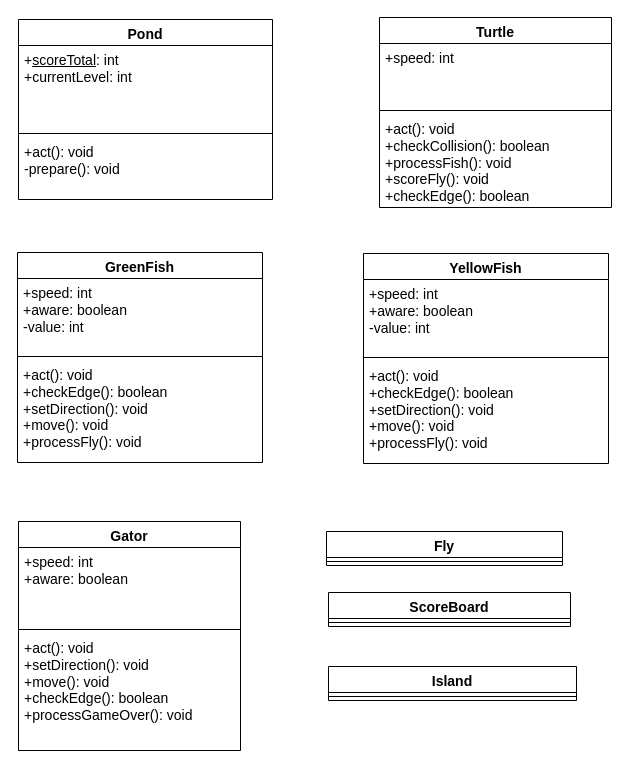
emint0472/CSC170 keeps this draw.io diagram as PondKingUML.drawio. Above is the earlier version. Source tidied: cells renumbered, new cells numbered last; positions are measured from the earlier drawing's top-left corner, leaving out a move shared by most shapes. Both pictures are drawn from the tidied source at 100%, with x=0, y=0 at pixel (17, 17).
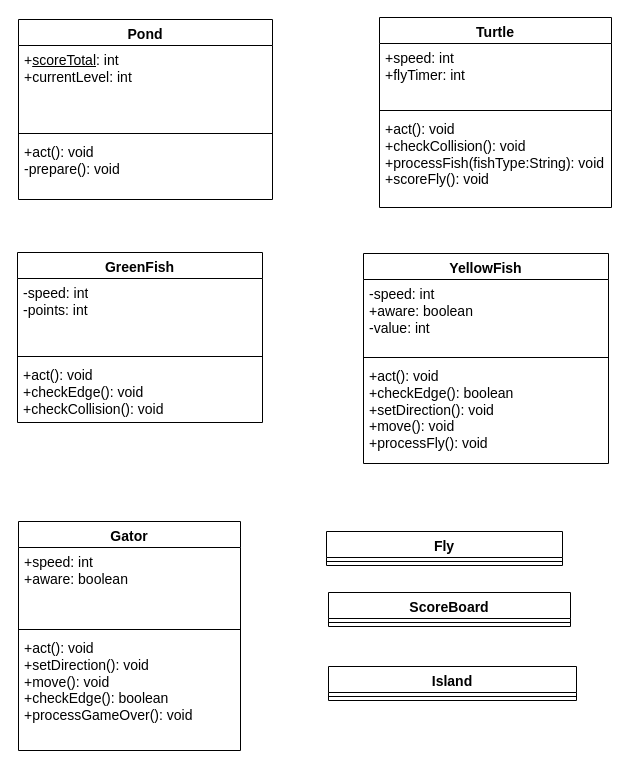
After the change.

Unchanged cells that the change refers to:
```xml
<mxCell id="6" value="Turtle" style="swimlane;fontStyle=1;align=center;verticalAlign=top;horizontal=1;startSize=26;whiteSpace=wrap;html=1;fontSize=14;" parent="1" vertex="1">
  <mxGeometry x="362" width="232" height="190" as="geometry" />
</mxCell>
<mxCell id="14" value="YellowFish" style="swimlane;fontStyle=1;align=center;verticalAlign=top;horizontal=1;startSize=26;whiteSpace=wrap;html=1;fontSize=14;" parent="1" vertex="1">
  <mxGeometry x="346" y="236" width="245" height="210" as="geometry" />
</mxCell>
```

Diff of the diagram source:
```diff
@@
-    <mxCell id="7" value="+speed: int&lt;div&gt;&lt;br&gt;&lt;div&gt;&lt;br&gt;&lt;/div&gt;&lt;/div&gt;" style="text;strokeColor=none;fillColor=none;align=left;verticalAlign=top;spacingLeft=4;spacingRight=4;overflow=hidden;whiteSpace=wrap;html=1;fontSize=14;" parent="6" vertex="1">
+    <mxCell id="7" value="+speed: int&lt;div&gt;&lt;div&gt;+flyTimer: int&lt;/div&gt;&lt;div&gt;&lt;br&gt;&lt;/div&gt;&lt;div&gt;&lt;br&gt;&lt;div&gt;&lt;br&gt;&lt;/div&gt;&lt;/div&gt;&lt;/div&gt;" style="text;strokeColor=none;fillColor=none;align=left;verticalAlign=top;spacingLeft=4;spacingRight=4;overflow=hidden;whiteSpace=wrap;html=1;fontSize=14;" parent="6" vertex="1">
       <mxGeometry y="26" width="232" height="63" as="geometry" />
     </mxCell>
@@
-    <mxCell id="9" value="+act(): void&lt;div&gt;+checkCollision(): boolean&lt;/div&gt;&lt;div&gt;+processFish(): void&lt;br&gt;&lt;div&gt;+scoreFly(): void&lt;/div&gt;&lt;div&gt;+checkEdge(): boolean&lt;/div&gt;&lt;div&gt;&amp;nbsp;&lt;/div&gt;&lt;div&gt;&lt;br&gt;&lt;/div&gt;&lt;div&gt;&lt;br&gt;&lt;/div&gt;&lt;div&gt;&lt;br&gt;&lt;/div&gt;&lt;div&gt;&lt;br&gt;&lt;/div&gt;&lt;div&gt;&lt;br&gt;&lt;/div&gt;&lt;div&gt;&lt;br&gt;&lt;div&gt;&lt;br&gt;&lt;/div&gt;&lt;/div&gt;&lt;/div&gt;" style="text;strokeColor=none;fillColor=none;align=left;verticalAlign=top;spacingLeft=4;spacingRight=4;overflow=hidden;whiteSpace=wrap;html=1;fontSize=14;" parent="6" vertex="1">
+    <mxCell id="9" value="&lt;div&gt;+act(): void&lt;div&gt;+checkCollision(): void&lt;/div&gt;&lt;div&gt;+processFish(fishType:String): void&lt;br&gt;&lt;div&gt;+scoreFly(): void&lt;/div&gt;&lt;/div&gt;&lt;/div&gt;&lt;div&gt;&amp;nbsp;&lt;/div&gt;&lt;div&gt;&lt;br&gt;&lt;/div&gt;&lt;div&gt;&lt;br&gt;&lt;/div&gt;&lt;div&gt;&lt;br&gt;&lt;/div&gt;&lt;div&gt;&lt;br&gt;&lt;/div&gt;&lt;div&gt;&lt;br&gt;&lt;/div&gt;&lt;div&gt;&lt;br&gt;&lt;div&gt;&lt;br&gt;&lt;/div&gt;&lt;/div&gt;" style="text;strokeColor=none;fillColor=none;align=left;verticalAlign=top;spacingLeft=4;spacingRight=4;overflow=hidden;whiteSpace=wrap;html=1;fontSize=14;" parent="6" vertex="1">
       <mxGeometry y="97" width="232" height="93" as="geometry" />
     </mxCell>
     <mxCell id="10" value="GreenFish" style="swimlane;fontStyle=1;align=center;verticalAlign=top;horizontal=1;startSize=26;whiteSpace=wrap;html=1;fontSize=14;" parent="1" vertex="1">
-      <mxGeometry y="235" width="245" height="210" as="geometry" />
+      <mxGeometry y="235" width="245" height="170" as="geometry" />
     </mxCell>
-    <mxCell id="11" value="+speed: int&lt;div&gt;+aware: boolean&lt;/div&gt;&lt;div&gt;-value: int&lt;/div&gt;&lt;div&gt;&lt;br&gt;&lt;/div&gt;" style="text;strokeColor=none;fillColor=none;align=left;verticalAlign=top;spacingLeft=4;spacingRight=4;overflow=hidden;whiteSpace=wrap;html=1;fontSize=14;" parent="10" vertex="1">
+    <mxCell id="11" value="-speed: int&lt;div&gt;&lt;span style=&quot;background-color: transparent; color: light-dark(rgb(0, 0, 0), rgb(255, 255, 255));&quot;&gt;-points: int&lt;/span&gt;&lt;/div&gt;&lt;div&gt;&lt;br&gt;&lt;/div&gt;" style="text;strokeColor=none;fillColor=none;align=left;verticalAlign=top;spacingLeft=4;spacingRight=4;overflow=hidden;whiteSpace=wrap;html=1;fontSize=14;" parent="10" vertex="1">
       <mxGeometry y="26" width="245" height="74" as="geometry" />
     </mxCell>
@@
-    <mxCell id="13" value="+act(): void&lt;div&gt;+checkEdge(): boolean&lt;/div&gt;&lt;div&gt;+setDirection(): void&lt;/div&gt;&lt;div&gt;+move(): void&lt;/div&gt;&lt;div&gt;+processFly(): void&lt;/div&gt;&lt;div&gt;&lt;br&gt;&lt;/div&gt;&lt;div&gt;&lt;br&gt;&lt;/div&gt;" style="text;strokeColor=none;fillColor=none;align=left;verticalAlign=top;spacingLeft=4;spacingRight=4;overflow=hidden;whiteSpace=wrap;html=1;fontSize=14;" parent="10" vertex="1">
-      <mxGeometry y="108" width="245" height="102" as="geometry" />
+    <mxCell id="13" value="+act(): void&lt;div&gt;+checkEdge(): void&lt;/div&gt;&lt;div&gt;+checkCollision(): void&lt;/div&gt;&lt;div&gt;&lt;br&gt;&lt;/div&gt;&lt;div&gt;&lt;br&gt;&lt;/div&gt;" style="text;strokeColor=none;fillColor=none;align=left;verticalAlign=top;spacingLeft=4;spacingRight=4;overflow=hidden;whiteSpace=wrap;html=1;fontSize=14;" parent="10" vertex="1">
+      <mxGeometry y="108" width="245" height="62" as="geometry" />
     </mxCell>
@@
-    <mxCell id="15" value="+speed: int&lt;div&gt;+aware: boolean&lt;/div&gt;&lt;div&gt;-value: int&lt;/div&gt;&lt;div&gt;&lt;br&gt;&lt;/div&gt;" style="text;strokeColor=none;fillColor=none;align=left;verticalAlign=top;spacingLeft=4;spacingRight=4;overflow=hidden;whiteSpace=wrap;html=1;fontSize=14;" parent="14" vertex="1">
+    <mxCell id="15" value="-speed: int&lt;div&gt;+aware: boolean&lt;/div&gt;&lt;div&gt;-value: int&lt;/div&gt;&lt;div&gt;&lt;br&gt;&lt;/div&gt;" style="text;strokeColor=none;fillColor=none;align=left;verticalAlign=top;spacingLeft=4;spacingRight=4;overflow=hidden;whiteSpace=wrap;html=1;fontSize=14;" parent="14" vertex="1">
       <mxGeometry y="26" width="245" height="74" as="geometry" />
     </mxCell>
```
